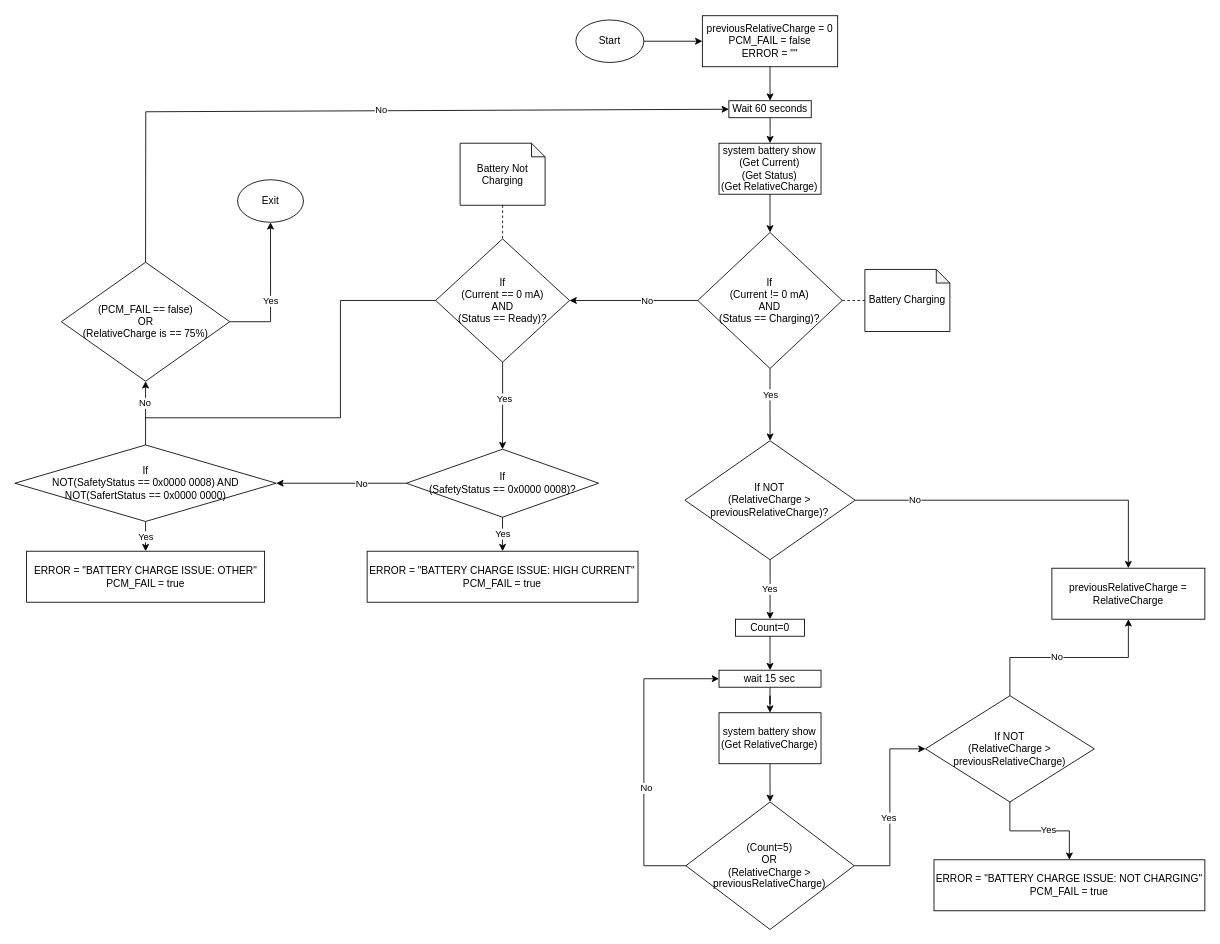
Before: diagrams/SupCap_Leak_Bat_Charge.drawio in joepow2/drawio, a draw.io diagram. Source tidied: cells renumbered, new cells numbered last; positions are measured from the earlier drawing's top-left corner, leaving out a move shared by most shapes. Both pictures are drawn from the tidied source at 85%, with x=0, y=0 at pixel (14, 15).
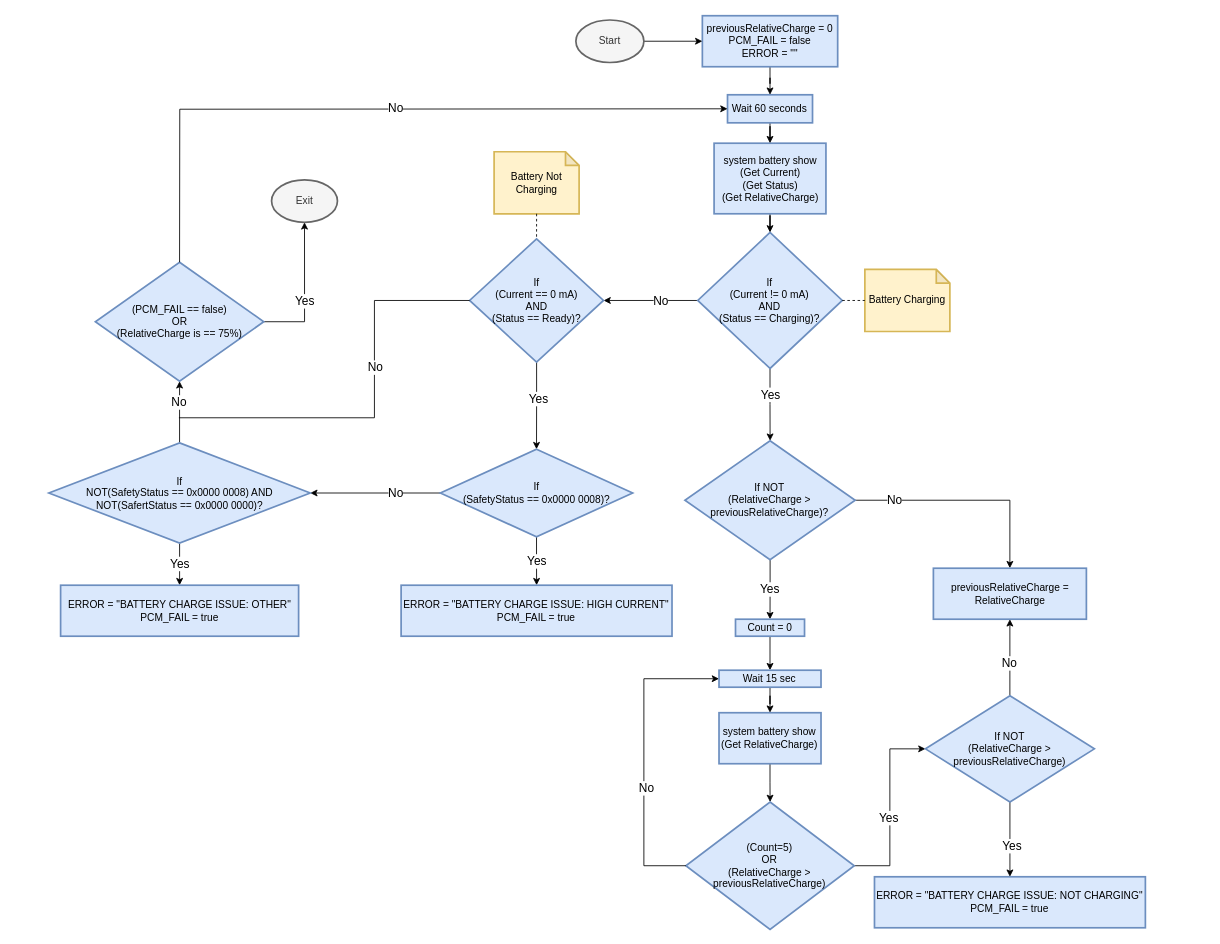
Above is the later version.

Unchanged cells that the change refers to:
```xml
<mxCell id="2" style="edgeStyle=orthogonalEdgeStyle;rounded=0;jettySize=auto;html=1;" parent="1" edge="1" source="6" target="9">
  <mxGeometry relative="1" as="geometry" />
</mxCell>
<mxCell id="4" style="edgeStyle=orthogonalEdgeStyle;rounded=0;jettySize=auto;html=1;" parent="1" edge="1" source="6" target="13">
  <mxGeometry relative="1" as="geometry" />
</mxCell>
<mxCell id="7" style="edgeStyle=orthogonalEdgeStyle;rounded=0;jettySize=auto;html=1;" parent="1" edge="1" source="9" target="29">
  <mxGeometry relative="1" as="geometry" />
</mxCell>
<mxCell id="11" style="edgeStyle=orthogonalEdgeStyle;rounded=0;jettySize=auto;html=1;entryX=0.5;entryY=0;entryDx=0;entryDy=0;" parent="1" edge="1" source="13" target="30">
  <mxGeometry relative="1" as="geometry" />
</mxCell>
<mxCell id="18" style="edgeStyle=orthogonalEdgeStyle;rounded=0;jettySize=auto;html=1;entryX=0;entryY=0.5;entryDx=0;entryDy=0;" parent="1" edge="1" source="20" target="25">
  <mxGeometry relative="1" as="geometry" />
</mxCell>
<mxCell id="21" style="edgeStyle=orthogonalEdgeStyle;rounded=0;jettySize=auto;html=1;" parent="1" edge="1" source="25" target="30">
  <mxGeometry relative="1" as="geometry" />
</mxCell>
<mxCell id="23" style="edgeStyle=orthogonalEdgeStyle;rounded=0;jettySize=auto;html=1;" parent="1" edge="1" source="25" target="31">
  <mxGeometry relative="1" as="geometry" />
</mxCell>
<mxCell id="27" style="edgeStyle=orthogonalEdgeStyle;rounded=0;jettySize=auto;html=1;" parent="1" edge="1" source="29" target="38">
  <mxGeometry relative="1" as="geometry" />
</mxCell>
<mxCell id="36" style="edgeStyle=orthogonalEdgeStyle;rounded=0;jettySize=auto;html=1;" parent="1" edge="1" source="38" target="50">
  <mxGeometry relative="1" as="geometry" />
</mxCell>
<mxCell id="46" style="endArrow=classic;html=1;rounded=0;entryX=0;entryY=0.5;entryDx=0;entryDy=0;exitX=0;exitY=0.5;exitDx=0;exitDy=0;" parent="1" edge="1" source="20" target="17">
  <mxGeometry relative="1" as="geometry">
    <Array as="points">
      <mxPoint x="740" y="1000" />
      <mxPoint x="740" y="780" />
    </Array>
  </mxGeometry>
</mxCell>
<mxCell id="48" style="edgeStyle=orthogonalEdgeStyle;rounded=0;jettySize=auto;html=1;" parent="1" edge="1" source="50" target="55">
  <mxGeometry relative="1" as="geometry" />
</mxCell>
```

Diff of the diagram source:
```diff
@@
-    <mxCell id="3" value="No" style="edgeLabel;html=1;align=center;verticalAlign=middle;" parent="2" vertex="1">
+    <mxCell id="3" value="&lt;font style=&quot;font-size: 14px;&quot;&gt;No&lt;/font&gt;" style="edgeLabel;html=1;align=center;verticalAlign=middle;" parent="2" vertex="1">
       <mxGeometry x="-0.21" relative="1" as="geometry" />
     </mxCell>
@@
-    <mxCell id="5" value="Yes" style="edgeLabel;html=1;align=center;verticalAlign=middle;" parent="4" vertex="1">
+    <mxCell id="5" value="&lt;font style=&quot;font-size: 14px;&quot;&gt;Yes&lt;/font&gt;" style="edgeLabel;html=1;align=center;verticalAlign=middle;spacing=2;" parent="4" vertex="1">
       <mxGeometry x="-0.3" relative="1" as="geometry" />
     </mxCell>
-    <mxCell id="6" value="&lt;div&gt;&lt;span style=&quot;background-color: initial;&quot;&gt;If&lt;/span&gt;&lt;/div&gt;&lt;div&gt;&lt;span style=&quot;background-color: initial;&quot;&gt;(Current != 0 mA)&lt;/span&gt;&lt;/div&gt;&lt;div&gt;&lt;span style=&quot;background-color: initial;&quot;&gt;AND&lt;/span&gt;&lt;/div&gt;&lt;div&gt;&lt;span style=&quot;background-color: initial;&quot;&gt;(Status == Charging)?&lt;/span&gt;&lt;/div&gt;" style="rhombus;whiteSpace=wrap;html=1;direction=west;" parent="1" vertex="1">
+    <mxCell id="6" value="&lt;div&gt;&lt;span style=&quot;background-color: initial;&quot;&gt;If&lt;/span&gt;&lt;/div&gt;&lt;div&gt;&lt;span style=&quot;background-color: initial;&quot;&gt;(Current != 0 mA)&lt;/span&gt;&lt;/div&gt;&lt;div&gt;&lt;span style=&quot;background-color: initial;&quot;&gt;AND&lt;/span&gt;&lt;/div&gt;&lt;div&gt;&lt;span style=&quot;background-color: initial;&quot;&gt;(Status == Charging)?&lt;/span&gt;&lt;/div&gt;" style="rhombus;whiteSpace=wrap;html=1;direction=west;strokeWidth=2;fillColor=#dae8fc;strokeColor=#6c8ebf;" parent="1" vertex="1">
       <mxGeometry x="803.4" y="255" width="170" height="160" as="geometry" />
     </mxCell>
@@
-    <mxCell id="8" value="Yes" style="edgeLabel;html=1;align=center;verticalAlign=middle;" parent="7" vertex="1">
+    <mxCell id="8" value="&lt;font style=&quot;font-size: 14px;&quot;&gt;Yes&lt;/font&gt;" style="edgeLabel;html=1;align=center;verticalAlign=middle;" parent="7" vertex="1">
       <mxGeometry x="-0.16" y="2" relative="1" as="geometry" />
     </mxCell>
-    <mxCell id="9" value="&lt;div&gt;If&lt;/div&gt;(Current == 0 mA)&lt;div&gt;AND&lt;/div&gt;&lt;div&gt;(Status == Ready)?&lt;br&gt;&lt;/div&gt;" style="rhombus;whiteSpace=wrap;html=1;" parent="1" vertex="1">
-      <mxGeometry x="495" y="262.5" width="157.5" height="145" as="geometry" />
+    <mxCell id="9" value="&lt;div&gt;If&lt;/div&gt;(Current == 0 mA)&lt;div&gt;AND&lt;/div&gt;&lt;div&gt;(Status == Ready)?&lt;br&gt;&lt;/div&gt;" style="rhombus;whiteSpace=wrap;html=1;strokeWidth=2;fillColor=#dae8fc;strokeColor=#6c8ebf;" parent="1" vertex="1">
+      <mxGeometry x="535" y="262.5" width="157.5" height="145" as="geometry" />
     </mxCell>
-    <mxCell id="10" value="Yes" style="edgeStyle=orthogonalEdgeStyle;rounded=0;jettySize=auto;html=1;" parent="1" edge="1" source="13" target="15">
-      <mxGeometry relative="1" as="geometry" />
+    <mxCell id="10" value="&lt;font style=&quot;font-size: 14px;&quot;&gt;Yes&lt;/font&gt;" style="edgeStyle=orthogonalEdgeStyle;rounded=0;jettySize=auto;html=1;" parent="1" edge="1" source="13" target="15">
+      <mxGeometry x="0.01" relative="1" as="geometry" />
     </mxCell>
@@
-    <mxCell id="12" value="No" style="edgeLabel;html=1;align=center;verticalAlign=middle;" parent="11" vertex="1">
+    <mxCell id="12" value="&lt;font style=&quot;font-size: 14px;&quot;&gt;No&lt;/font&gt;" style="edgeLabel;html=1;align=center;verticalAlign=middle;" parent="11" vertex="1">
       <mxGeometry x="-0.65" y="1" relative="1" as="geometry" />
     </mxCell>
-    <mxCell id="13" value="&lt;div style=&quot;&quot;&gt;If NOT&lt;br&gt;&lt;/div&gt;&lt;div style=&quot;&quot;&gt;&lt;span style=&quot;background-color: initial;&quot;&gt;(RelativeCharge &amp;gt; previousRelativeCharge)?&lt;/span&gt;&lt;/div&gt;" style="rhombus;whiteSpace=wrap;html=1;align=center;" parent="1" vertex="1">
+    <mxCell id="13" value="&lt;div style=&quot;&quot;&gt;If NOT&lt;br&gt;&lt;/div&gt;&lt;div style=&quot;&quot;&gt;&lt;span style=&quot;background-color: initial;&quot;&gt;(RelativeCharge &amp;gt; previousRelativeCharge)?&lt;/span&gt;&lt;/div&gt;" style="rhombus;whiteSpace=wrap;html=1;align=center;strokeWidth=2;fillColor=#dae8fc;strokeColor=#6c8ebf;" parent="1" vertex="1">
       <mxGeometry x="788.3" y="500" width="200.3" height="140" as="geometry" />
     </mxCell>
@@
-    <mxCell id="15" value="Count=0" style="whiteSpace=wrap;html=1;" parent="1" vertex="1">
+    <mxCell id="15" value="Count = 0" style="whiteSpace=wrap;html=1;strokeWidth=2;fillColor=#dae8fc;strokeColor=#6c8ebf;" parent="1" vertex="1">
       <mxGeometry x="847.8" y="710" width="81.2" height="20" as="geometry" />
     </mxCell>
@@
-    <mxCell id="17" value="&lt;div&gt;wait 15 sec&lt;/div&gt;" style="whiteSpace=wrap;html=1;" parent="1" vertex="1">
+    <mxCell id="17" value="&lt;div&gt;Wait 15 sec&lt;/div&gt;" style="whiteSpace=wrap;html=1;strokeWidth=2;fillColor=#dae8fc;strokeColor=#6c8ebf;" parent="1" vertex="1">
       <mxGeometry x="828.4" y="770" width="120" height="20" as="geometry" />
     </mxCell>
@@
-    <mxCell id="19" value="Yes" style="edgeLabel;html=1;align=center;verticalAlign=middle;" parent="18" vertex="1">
+    <mxCell id="19" value="&lt;font style=&quot;font-size: 14px;&quot;&gt;Yes&lt;/font&gt;" style="edgeLabel;html=1;align=center;verticalAlign=middle;" parent="18" vertex="1">
       <mxGeometry x="-0.11" y="2" relative="1" as="geometry" />
     </mxCell>
-    <mxCell id="20" value="(Count=5)&lt;div&gt;&lt;span style=&quot;background-color: initial;&quot;&gt;OR&lt;/span&gt;&lt;div&gt;(RelativeCharge &amp;gt; previousRelativeCharge)&lt;br&gt;&lt;/div&gt;&lt;/div&gt;" style="rhombus;whiteSpace=wrap;html=1;" parent="1" vertex="1">
+    <mxCell id="20" value="(Count=5)&lt;div&gt;&lt;span style=&quot;background-color: initial;&quot;&gt;OR&lt;/span&gt;&lt;div&gt;(RelativeCharge &amp;gt; previousRelativeCharge)&lt;br&gt;&lt;/div&gt;&lt;/div&gt;" style="rhombus;whiteSpace=wrap;html=1;strokeWidth=2;fillColor=#dae8fc;strokeColor=#6c8ebf;" parent="1" vertex="1">
       <mxGeometry x="789.4" y="925" width="198.1" height="150" as="geometry" />
     </mxCell>
@@
-    <mxCell id="22" value="No" style="edgeLabel;html=1;align=center;verticalAlign=middle;" parent="21" vertex="1">
+    <mxCell id="22" value="&lt;font style=&quot;font-size: 14px;&quot;&gt;No&lt;/font&gt;" style="edgeLabel;html=1;align=center;verticalAlign=middle;" parent="21" vertex="1">
       <mxGeometry x="-0.13" y="1" relative="1" as="geometry" />
     </mxCell>
@@
-    <mxCell id="24" value="Yes" style="edgeLabel;html=1;align=center;verticalAlign=middle;" parent="23" vertex="1">
+    <mxCell id="24" value="&lt;font style=&quot;font-size: 14px;&quot;&gt;Yes&lt;/font&gt;" style="edgeLabel;html=1;align=center;verticalAlign=middle;" parent="23" vertex="1">
       <mxGeometry x="0.15" y="2" relative="1" as="geometry" />
     </mxCell>
-    <mxCell id="25" value="&lt;div&gt;If NOT&lt;br&gt;&lt;/div&gt;&lt;div&gt;&lt;span style=&quot;background-color: initial;&quot;&gt;(RelativeCharge &amp;gt; previousRelativeCharge)&lt;/span&gt;&lt;/div&gt;" style="rhombus;whiteSpace=wrap;html=1;" parent="1" vertex="1">
+    <mxCell id="25" value="&lt;div&gt;If NOT&lt;br&gt;&lt;/div&gt;&lt;div&gt;&lt;span style=&quot;background-color: initial;&quot;&gt;(RelativeCharge &amp;gt; previousRelativeCharge)&lt;/span&gt;&lt;/div&gt;" style="rhombus;whiteSpace=wrap;html=1;strokeWidth=2;fillColor=#dae8fc;strokeColor=#6c8ebf;" parent="1" vertex="1">
       <mxGeometry x="1071.3" y="800" width="198.7" height="125" as="geometry" />
     </mxCell>
-    <mxCell id="26" value="Yes" style="edgeStyle=orthogonalEdgeStyle;rounded=0;jettySize=auto;html=1;" parent="1" edge="1" source="29" target="34">
+    <mxCell id="26" value="&lt;font style=&quot;font-size: 14px;&quot;&gt;Yes&lt;/font&gt;" style="edgeStyle=orthogonalEdgeStyle;rounded=0;jettySize=auto;html=1;" parent="1" edge="1" source="29" target="34">
       <mxGeometry relative="1" as="geometry" />
     </mxCell>
@@
-    <mxCell id="28" value="No" style="edgeLabel;html=1;align=center;verticalAlign=middle;" parent="27" vertex="1">
+    <mxCell id="28" value="&lt;font style=&quot;font-size: 14px;&quot;&gt;No&lt;/font&gt;" style="edgeLabel;html=1;align=center;verticalAlign=middle;" parent="27" vertex="1">
       <mxGeometry x="-0.31" relative="1" as="geometry" />
     </mxCell>
-    <mxCell id="29" value="If&lt;div&gt;(SafetyStatus == 0x0000 0008)?&lt;/div&gt;" style="rhombus;whiteSpace=wrap;html=1;" parent="1" vertex="1">
-      <mxGeometry x="460.6" y="510" width="226.2" height="80" as="geometry" />
+    <mxCell id="29" value="If&lt;div&gt;(SafetyStatus == 0x0000 0008)?&lt;/div&gt;" style="rhombus;whiteSpace=wrap;html=1;strokeWidth=2;fillColor=#dae8fc;strokeColor=#6c8ebf;" parent="1" vertex="1">
+      <mxGeometry x="500.6" y="510" width="226.2" height="103" as="geometry" />
     </mxCell>
-    <mxCell id="30" value="previousRelativeCharge = RelativeCharge" style="whiteSpace=wrap;html=1;" parent="1" vertex="1">
-      <mxGeometry x="1220" y="650" width="180" height="60" as="geometry" />
+    <mxCell id="30" value="previousRelativeCharge = RelativeCharge" style="whiteSpace=wrap;html=1;strokeWidth=2;fillColor=#dae8fc;strokeColor=#6c8ebf;" parent="1" vertex="1">
+      <mxGeometry x="1080.6" y="650" width="180" height="60" as="geometry" />
     </mxCell>
-    <mxCell id="31" value="&lt;div&gt;ERROR = &quot;BATTERY CHARGE ISSUE: NOT CHARGING&quot;&lt;br&gt;&lt;/div&gt;&lt;div&gt;PCM_FAIL = true&lt;/div&gt;" style="whiteSpace=wrap;html=1;" parent="1" vertex="1">
-      <mxGeometry x="1081.3" y="993" width="318.7" height="60" as="geometry" />
+    <mxCell id="31" value="&lt;div&gt;ERROR = &quot;BATTERY CHARGE ISSUE: NOT CHARGING&quot;&lt;br&gt;&lt;/div&gt;&lt;div&gt;PCM_FAIL = true&lt;/div&gt;" style="whiteSpace=wrap;html=1;strokeWidth=2;fillColor=#dae8fc;strokeColor=#6c8ebf;" parent="1" vertex="1">
+      <mxGeometry x="1011.3" y="1013" width="318.7" height="60" as="geometry" />
     </mxCell>
@@
-    <mxCell id="33" value="system battery show (Get&amp;nbsp;&lt;span style=&quot;background-color: initial;&quot;&gt;RelativeCharge)&lt;/span&gt;" style="rounded=0;whiteSpace=wrap;html=1;" parent="1" vertex="1">
+    <mxCell id="33" value="system battery show (Get&amp;nbsp;&lt;span style=&quot;background-color: initial;&quot;&gt;RelativeCharge)&lt;/span&gt;" style="rounded=0;whiteSpace=wrap;html=1;strokeWidth=2;fillColor=#dae8fc;strokeColor=#6c8ebf;" parent="1" vertex="1">
       <mxGeometry x="828.4" y="820" width="120" height="60" as="geometry" />
     </mxCell>
-    <mxCell id="34" value="&lt;div&gt;ERROR = &quot;BATTERY CHARGE ISSUE: HIGH CURRENT&quot;&lt;br&gt;&lt;/div&gt;&lt;div&gt;PCM_FAIL = true&lt;/div&gt;" style="whiteSpace=wrap;html=1;" parent="1" vertex="1">
-      <mxGeometry x="414.4" y="630" width="318.7" height="60" as="geometry" />
+    <mxCell id="34" value="&lt;div&gt;ERROR = &quot;BATTERY CHARGE ISSUE: HIGH CURRENT&quot;&lt;br&gt;&lt;/div&gt;&lt;div&gt;PCM_FAIL = true&lt;/div&gt;" style="whiteSpace=wrap;html=1;strokeWidth=2;fillColor=#dae8fc;strokeColor=#6c8ebf;" parent="1" vertex="1">
+      <mxGeometry x="454.4" y="670" width="318.7" height="60" as="geometry" />
     </mxCell>
-    <mxCell id="35" value="Yes" style="edgeStyle=orthogonalEdgeStyle;rounded=0;jettySize=auto;html=1;" parent="1" edge="1" source="38" target="39">
+    <mxCell id="35" value="&lt;font style=&quot;font-size: 14px;&quot;&gt;Yes&lt;/font&gt;" style="edgeStyle=orthogonalEdgeStyle;rounded=0;jettySize=auto;html=1;" parent="1" edge="1" source="38" target="39">
       <mxGeometry relative="1" as="geometry" />
     </mxCell>
@@
-    <mxCell id="37" value="No" style="edgeLabel;html=1;align=center;verticalAlign=middle;" parent="36" vertex="1">
+    <mxCell id="37" value="&lt;font style=&quot;font-size: 14px;&quot;&gt;No&lt;/font&gt;" style="edgeLabel;html=1;align=center;verticalAlign=middle;" parent="36" vertex="1">
       <mxGeometry x="0.33" y="1" relative="1" as="geometry" />
     </mxCell>
-    <mxCell id="38" value="&lt;div&gt;If&lt;/div&gt;NOT(SafetyStatus == 0x0000 0008) AND NOT(SafertStatus == 0x0000 0000)" style="rhombus;whiteSpace=wrap;html=1;" parent="1" vertex="1">
-      <mxGeometry y="505" width="307.5" height="90" as="geometry" />
+    <mxCell id="38" value="&lt;div&gt;If&lt;/div&gt;NOT(SafetyStatus == 0x0000 0008) AND NOT(SafertStatus == 0x0000 0000)?" style="rhombus;whiteSpace=wrap;html=1;strokeWidth=2;fillColor=#dae8fc;strokeColor=#6c8ebf;" parent="1" vertex="1">
+      <mxGeometry x="40" y="502.5" width="307.5" height="118" as="geometry" />
     </mxCell>
-    <mxCell id="39" value="&lt;div&gt;ERROR = &quot;BATTERY CHARGE ISSUE: OTHER&quot;&lt;br&gt;&lt;/div&gt;&lt;div&gt;PCM_FAIL = true&lt;/div&gt;" style="whiteSpace=wrap;html=1;" parent="1" vertex="1">
-      <mxGeometry x="13.8" y="630" width="280" height="60" as="geometry" />
+    <mxCell id="39" value="&lt;div&gt;ERROR = &quot;BATTERY CHARGE ISSUE: OTHER&quot;&lt;br&gt;&lt;/div&gt;&lt;div&gt;PCM_FAIL = true&lt;/div&gt;" style="whiteSpace=wrap;html=1;strokeWidth=2;fillColor=#dae8fc;strokeColor=#6c8ebf;" parent="1" vertex="1">
+      <mxGeometry x="53.8" y="670" width="280" height="60" as="geometry" />
     </mxCell>
@@
-    <mxCell id="41" value="system battery show&lt;div&gt;(Get&amp;nbsp;Current)&lt;br&gt;(Get Status)&lt;/div&gt;&lt;div&gt;(Get&amp;nbsp;RelativeCharge)&lt;/div&gt;" style="rounded=0;whiteSpace=wrap;html=1;" parent="1" vertex="1">
-      <mxGeometry x="828.4" y="150" width="120" height="60" as="geometry" />
+    <mxCell id="41" value="system battery show&lt;div&gt;(Get&amp;nbsp;Current)&lt;br&gt;(Get Status)&lt;/div&gt;&lt;div&gt;(Get&amp;nbsp;RelativeCharge)&lt;/div&gt;" style="rounded=0;whiteSpace=wrap;html=1;strokeWidth=2;fillColor=#dae8fc;strokeColor=#6c8ebf;" parent="1" vertex="1">
+      <mxGeometry x="822.6" y="150" width="131.6" height="83" as="geometry" />
     </mxCell>
@@
-    <mxCell id="43" value="Wait 60 seconds" style="rounded=0;whiteSpace=wrap;html=1;" parent="1" vertex="1">
-      <mxGeometry x="840" y="100" width="96.9" height="20" as="geometry" />
+    <mxCell id="43" value="Wait 60 seconds" style="rounded=0;whiteSpace=wrap;html=1;strokeWidth=2;fillColor=#dae8fc;strokeColor=#6c8ebf;" parent="1" vertex="1">
+      <mxGeometry x="838.4" y="93" width="100" height="33" as="geometry" />
     </mxCell>
-    <mxCell id="44" style="edgeStyle=orthogonalEdgeStyle;rounded=0;jettySize=auto;html=1;" parent="1" edge="1" source="45" target="43">
+    <mxCell id="44" style="edgeStyle=orthogonalEdgeStyle;rounded=0;jettySize=auto;html=1;strokeWidth=1;" parent="1" edge="1" source="45" target="43">
       <mxGeometry relative="1" as="geometry" />
     </mxCell>
-    <mxCell id="45" value="&lt;div&gt;previousRelativeCharge = 0&lt;/div&gt;&lt;div&gt;PCM_FAIL = false&lt;/div&gt;&lt;div&gt;ERROR = &quot;&quot;&lt;/div&gt;" style="rounded=0;whiteSpace=wrap;html=1;" parent="1" vertex="1">
+    <mxCell id="45" value="&lt;div&gt;previousRelativeCharge = 0&lt;/div&gt;&lt;div&gt;PCM_FAIL = false&lt;/div&gt;&lt;div&gt;ERROR = &quot;&quot;&lt;/div&gt;" style="rounded=0;whiteSpace=wrap;html=1;strokeWidth=2;fillColor=#dae8fc;strokeColor=#6c8ebf;" parent="1" vertex="1">
       <mxGeometry x="808.8" width="159.2" height="60" as="geometry" />
     </mxCell>
@@
-    <mxCell id="47" value="No" style="edgeLabel;html=1;align=center;verticalAlign=middle;" parent="46" vertex="1">
+    <mxCell id="47" value="&lt;font style=&quot;font-size: 14px;&quot;&gt;No&lt;/font&gt;" style="edgeLabel;html=1;align=center;verticalAlign=middle;" parent="46" vertex="1">
       <mxGeometry x="-0.21" y="-2" relative="1" as="geometry" />
     </mxCell>
@@
-    <mxCell id="49" value="Yes" style="edgeLabel;html=1;align=center;verticalAlign=middle;" parent="48" vertex="1">
+    <mxCell id="49" value="&lt;font style=&quot;font-size: 14px;&quot;&gt;Yes&lt;/font&gt;" style="edgeLabel;html=1;align=center;verticalAlign=middle;" parent="48" vertex="1">
       <mxGeometry x="-0.11" relative="1" as="geometry" />
     </mxCell>
-    <mxCell id="50" value="(PCM_FAIL == false)&lt;div&gt;OR&lt;/div&gt;&lt;div&gt;(RelativeCharge is == 75%)&lt;/div&gt;" style="rhombus;whiteSpace=wrap;html=1;" parent="1" vertex="1">
-      <mxGeometry x="54.7" y="290" width="198.1" height="140" as="geometry" />
+    <mxCell id="50" value="(PCM_FAIL == false)&lt;div&gt;OR&lt;/div&gt;&lt;div&gt;(RelativeCharge is == 75%)&lt;/div&gt;" style="rhombus;whiteSpace=wrap;html=1;strokeWidth=2;fillColor=#dae8fc;strokeColor=#6c8ebf;" parent="1" vertex="1">
+      <mxGeometry x="94.7" y="290" width="198.1" height="140" as="geometry" />
     </mxCell>
     <mxCell id="51" style="endArrow=classic;html=1;rounded=0;exitX=0.5;exitY=0;exitDx=0;exitDy=0;entryX=0;entryY=0.5;entryDx=0;entryDy=0;" parent="1" edge="1" source="50" target="43">
       <mxGeometry relative="1" as="geometry">
         <Array as="points">
-          <mxPoint x="154" y="113" />
+          <mxPoint x="194" y="110" />
         </Array>
       </mxGeometry>
     </mxCell>
-    <mxCell id="52" value="No" style="edgeLabel;html=1;align=center;verticalAlign=middle;" parent="51" vertex="1">
+    <mxCell id="52" value="&lt;font style=&quot;font-size: 14px;&quot;&gt;No&lt;/font&gt;" style="edgeLabel;html=1;align=center;verticalAlign=middle;" parent="51" vertex="1">
       <mxGeometry x="0.05" y="1" relative="1" as="geometry">
         <mxPoint x="1" as="offset" />
       </mxGeometry>
     </mxCell>
@@
-    <mxCell id="54" value="Start" style="ellipse;whiteSpace=wrap;html=1;" parent="1" vertex="1">
+    <mxCell id="54" value="Start" style="ellipse;whiteSpace=wrap;html=1;strokeWidth=2;fillColor=#f5f5f5;fontColor=#333333;strokeColor=#666666;" parent="1" vertex="1">
       <mxGeometry x="660" y="5" width="80" height="50" as="geometry" />
     </mxCell>
-    <mxCell id="55" value="Exit" style="ellipse;whiteSpace=wrap;html=1;" parent="1" vertex="1">
-      <mxGeometry x="262" y="193" width="77.5" height="50" as="geometry" />
+    <mxCell id="55" value="Exit" style="ellipse;whiteSpace=wrap;html=1;strokeWidth=2;fillColor=#f5f5f5;fontColor=#333333;strokeColor=#666666;" parent="1" vertex="1">
+      <mxGeometry x="302" y="193" width="77.5" height="50" as="geometry" />
     </mxCell>
-    <mxCell id="56" value="Battery Charging" style="shape=note;whiteSpace=wrap;html=1;backgroundOutline=1;darkOpacity=0.05;size=16;" parent="1" vertex="1">
+    <mxCell id="56" value="Battery Charging" style="shape=note;whiteSpace=wrap;html=1;backgroundOutline=1;darkOpacity=0.05;size=16;strokeWidth=2;fillColor=#fff2cc;strokeColor=#d6b656;" parent="1" vertex="1">
       <mxGeometry x="1000" y="298.5" width="100" height="73" as="geometry" />
     </mxCell>
@@
-    <mxCell id="58" value="Battery Not Charging" style="shape=note;whiteSpace=wrap;html=1;backgroundOutline=1;darkOpacity=0.05;size=16;" parent="1" vertex="1">
-      <mxGeometry x="523.8" y="150" width="100" height="73" as="geometry" />
+    <mxCell id="58" value="Battery Not Charging" style="shape=note;whiteSpace=wrap;html=1;backgroundOutline=1;darkOpacity=0.05;size=16;strokeWidth=2;fillColor=#fff2cc;strokeColor=#d6b656;" parent="1" vertex="1">
+      <mxGeometry x="563.8" y="160" width="100" height="73" as="geometry" />
     </mxCell>
@@
     <mxCell id="60" style="endArrow=none;html=1;rounded=0;entryX=0;entryY=0.5;entryDx=0;entryDy=0;" parent="1" edge="1" target="9">
       <mxGeometry relative="1" as="geometry">
-        <mxPoint x="153" y="473" as="sourcePoint" />
+        <mxPoint x="193" y="473" as="sourcePoint" />
         <Array as="points">
-          <mxPoint x="383" y="473" />
-          <mxPoint x="383" y="335" />
+          <mxPoint x="423" y="473" />
+          <mxPoint x="423" y="335" />
         </Array>
       </mxGeometry>
     </mxCell>
+    <mxCell id="61" value="&lt;font style=&quot;font-size: 14px;&quot;&gt;No&lt;/font&gt;" style="edgeLabel;html=1;align=center;verticalAlign=middle;" parent="60" vertex="1">
+      <mxGeometry x="0.21" relative="1" as="geometry" />
+    </mxCell>
```
